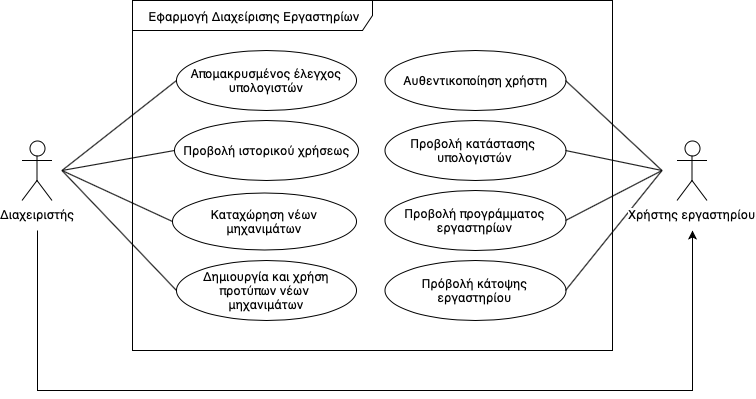
The draw.io diagram use_case_r1.png in enderian/SoftwareEngineering, before a commit. Source tidied: cells renumbered, new cells last; positions are measured from the earlier drawing's top-left corner, leaving out a move shared by most shapes.
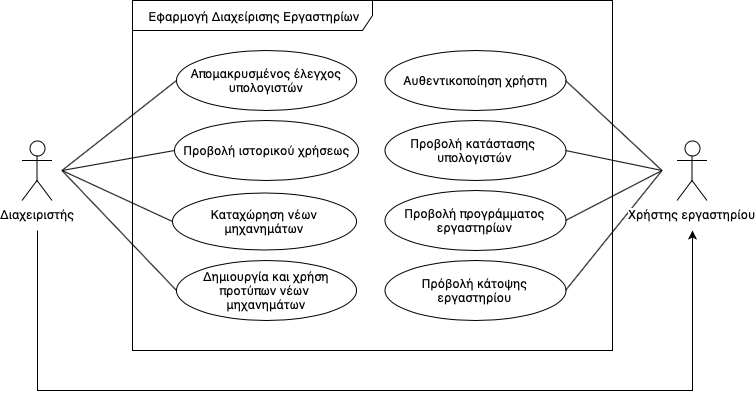
The same file after the commit.

What changed in the source:
```diff
@@ -33,10 +33,10 @@
     <mxCell id="9" value="Προβολή ιστορικού χρήσεως" style="ellipse;whiteSpace=wrap;html=1;" parent="1" vertex="1">
       <mxGeometry x="152" y="120" width="184" height="60" as="geometry" />
     </mxCell>
-    <mxCell id="10" value="Δημιουργία και χρήση προτύπων νέων &lt;br&gt;μηχανιμάτων" style="ellipse;whiteSpace=wrap;html=1;" parent="1" vertex="1">
+    <mxCell id="10" value="Δημιουργία και χρήση προτύπων νέων &lt;br&gt;μηχανημάτων" style="ellipse;whiteSpace=wrap;html=1;" parent="1" vertex="1">
       <mxGeometry x="154" y="260" width="180" height="60" as="geometry" />
     </mxCell>
-    <mxCell id="11" value="Καταχώρηση νέων μηχανιμάτων" style="ellipse;whiteSpace=wrap;html=1;" parent="1" vertex="1">
+    <mxCell id="11" value="Καταχώρηση νέων μηχανημάτων" style="ellipse;whiteSpace=wrap;html=1;" parent="1" vertex="1">
       <mxGeometry x="150" y="192" width="184" height="57" as="geometry" />
     </mxCell>
     <mxCell id="12" style="endArrow=none;html=1;entryX=0;entryY=0.5;entryDx=0;entryDy=0;" parent="1" edge="1" target="8">
```
